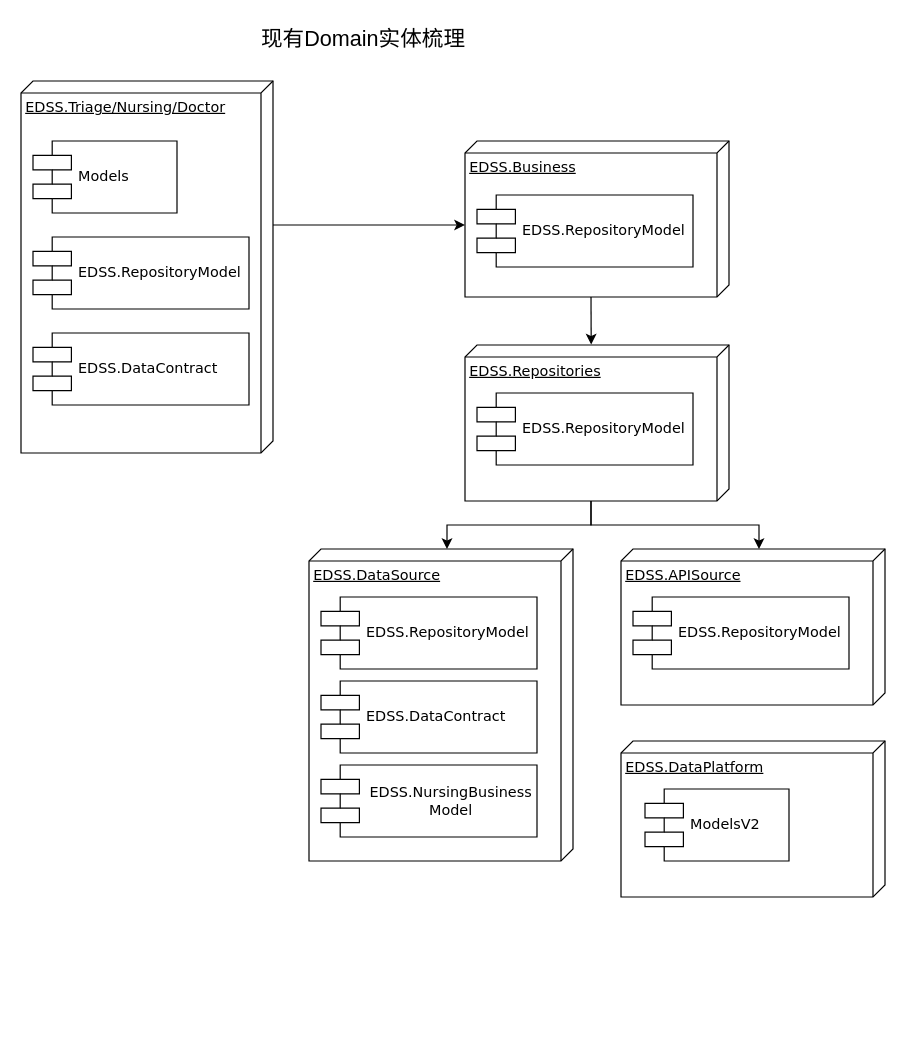
The draw.io diagram Untitled Diagram.drawio in zmh0624/ZMH.Common, before the edit. Source tidied: cells renumbered, new cells numbered last; positions are measured from the earlier drawing's top-left corner, leaving out a move shared by most shapes. Both pictures are drawn from the tidied source at 120%, with x=0, y=0 at pixel (20, 20).
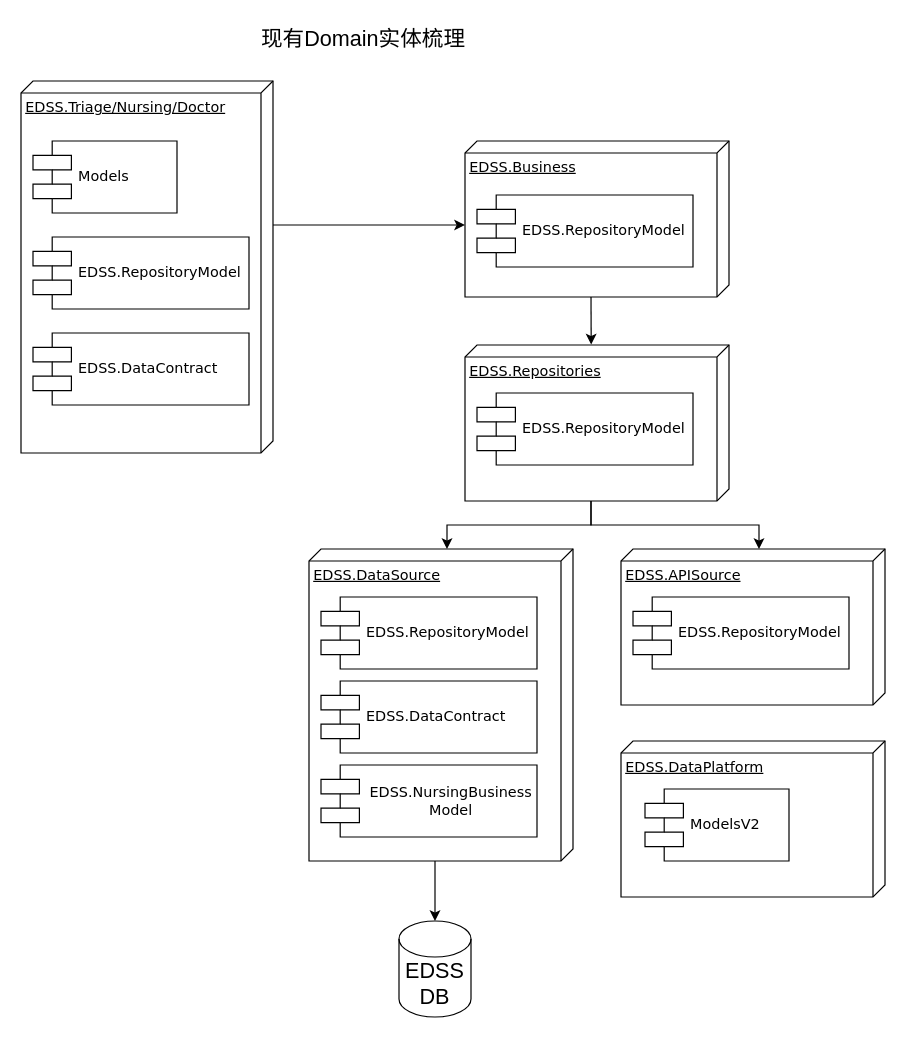
Above is the later version.

Commit message:
EDSS Domain Diagram.drawio

Unchanged cells that the change refers to:
```xml
<mxCell id="19" value="EDSS.DataSource" style="verticalAlign=top;align=left;spacingTop=8;spacingLeft=2;spacingRight=12;shape=cube;size=10;direction=south;fontStyle=4;html=1;rounded=0;shadow=0;comic=0;labelBackgroundColor=none;strokeWidth=1;fontFamily=Verdana;fontSize=12;" parent="1" vertex="1">
  <mxGeometry x="240" y="440" width="220" height="260" as="geometry" />
</mxCell>
```

The edit, as a diff of the source:
```diff
@@
+    <mxCell id="23" style="edgeStyle=orthogonalEdgeStyle;rounded=0;jettySize=auto;html=1;exitX=0;exitY=0;exitDx=260;exitDy=115;exitPerimeter=0;entryX=0.5;entryY=0;entryDx=0;entryDy=0;entryPerimeter=0;fontSize=18;" parent="1" edge="1" source="19" target="24">
+      <mxGeometry relative="1" as="geometry" />
+    </mxCell>
@@
+    <mxCell id="24" value="EDSS&lt;br&gt;DB" style="shape=cylinder3;whiteSpace=wrap;html=1;boundedLbl=1;backgroundOutline=1;size=15;fontSize=18;align=center;" parent="1" vertex="1">
+      <mxGeometry x="315" y="750" width="60" height="80" as="geometry" />
+    </mxCell>
```
